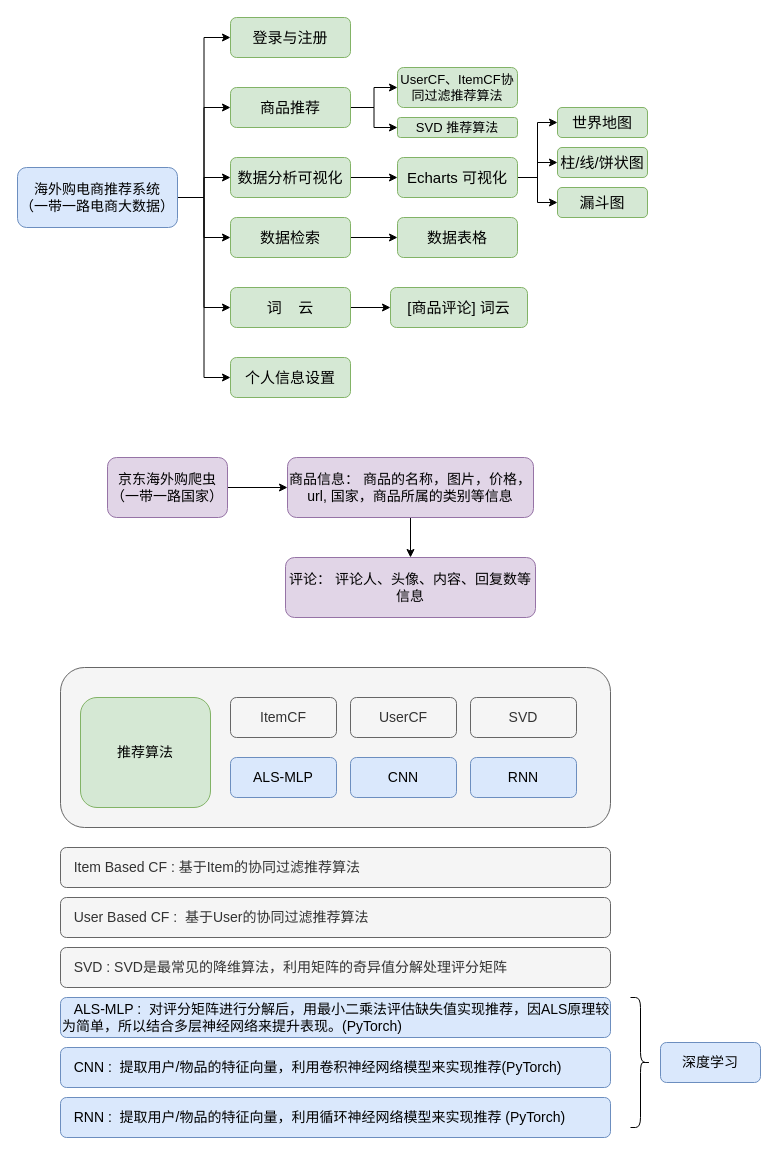
The draw.io diagram FLASK/一带一路大数据.drawio in redcomet88/DRAW, before the edit. Source tidied: cells renumbered, new cells numbered last; positions are measured from the earlier drawing's top-left corner, leaving out a move shared by most shapes. Both pictures are drawn from the tidied source at 100%, with x=0, y=0 at pixel (17, 17).
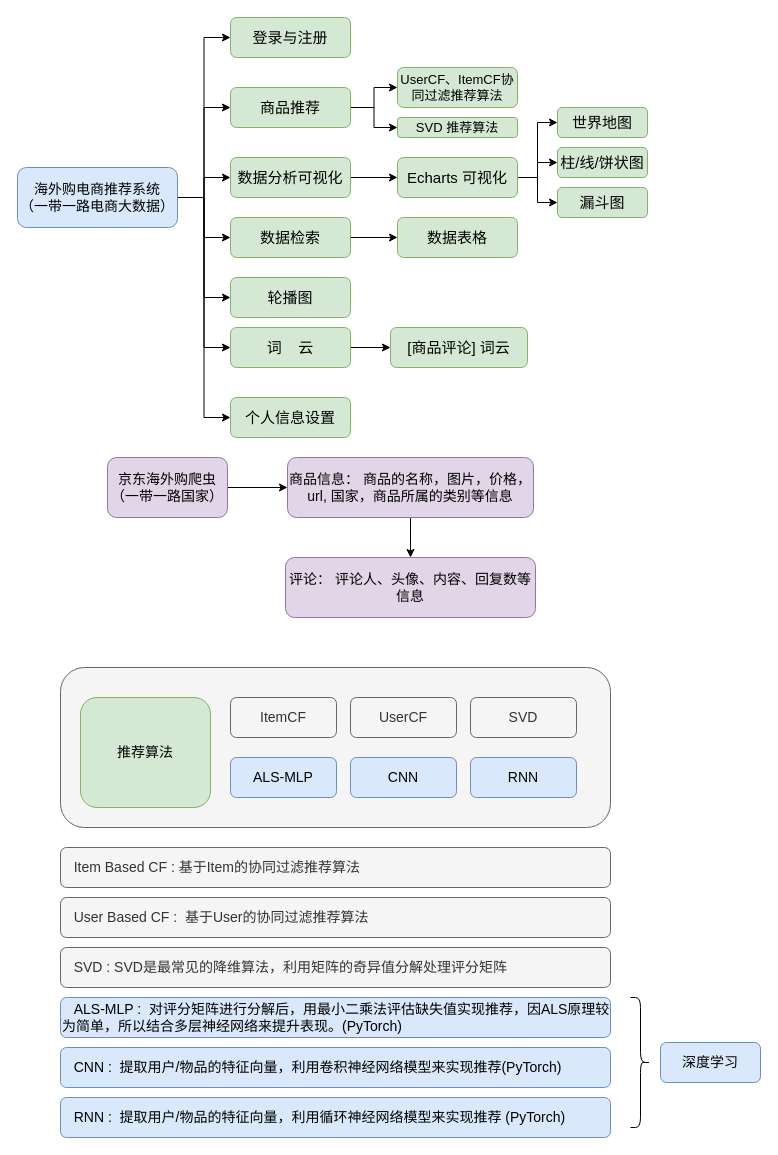
Above is the later version.

Commit message:
更新一带一路大数据.drawio

Unchanged cells that the change refers to:
```xml
<mxCell id="29" value="海外购电商推荐系统&lt;br&gt;（一带一路电商大数据）" style="rounded=1;whiteSpace=wrap;html=1;fontSize=14;fillColor=#dae8fc;strokeColor=#6c8ebf;" parent="1" vertex="1">
  <mxGeometry y="150" width="160" height="60" as="geometry" />
</mxCell>
```

Diff of the diagram source:
```diff
@@
+    <mxCell id="52" style="edgeStyle=orthogonalEdgeStyle;rounded=0;jettySize=auto;html=1;exitX=1;exitY=0.5;exitDx=0;exitDy=0;entryX=0;entryY=0.5;entryDx=0;entryDy=0;" parent="1" edge="1" source="29" target="53">
+      <mxGeometry relative="1" as="geometry" />
+    </mxCell>
@@
     <mxCell id="34" value="词&amp;nbsp; &amp;nbsp; 云" style="rounded=1;whiteSpace=wrap;html=1;fontSize=15;fillColor=#d5e8d4;strokeColor=#82b366;" parent="1" vertex="1">
-      <mxGeometry x="213" y="270" width="120" height="40" as="geometry" />
+      <mxGeometry x="213" y="310" width="120" height="40" as="geometry" />
     </mxCell>
     <mxCell id="35" value="[商品评论] 词云" style="rounded=1;whiteSpace=wrap;html=1;fontSize=15;fillColor=#d5e8d4;strokeColor=#82b366;" parent="1" vertex="1">
-      <mxGeometry x="373" y="270" width="137" height="40" as="geometry" />
+      <mxGeometry x="373" y="310" width="137" height="40" as="geometry" />
     </mxCell>
@@
     <mxCell id="51" value="个人信息设置" style="rounded=1;whiteSpace=wrap;html=1;fontSize=15;fillColor=#d5e8d4;strokeColor=#82b366;" parent="1" vertex="1">
-      <mxGeometry x="213" y="340" width="120" height="40" as="geometry" />
+      <mxGeometry x="213" y="380" width="120" height="40" as="geometry" />
     </mxCell>
+    <mxCell id="53" value="轮播图" style="rounded=1;whiteSpace=wrap;html=1;fontSize=15;fillColor=#d5e8d4;strokeColor=#82b366;" parent="1" vertex="1">
+      <mxGeometry x="213" y="260" width="120" height="40" as="geometry" />
+    </mxCell>
```
